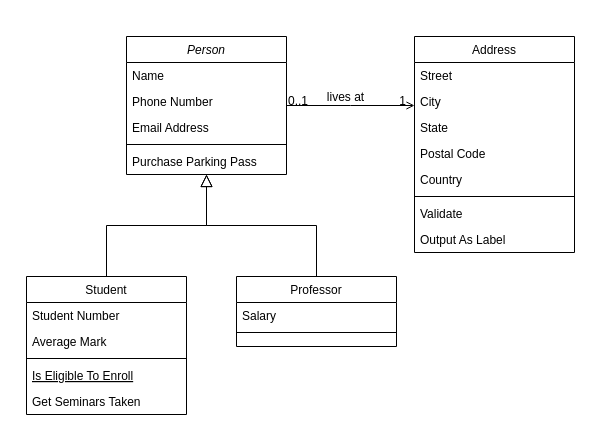
Before: Untitled Diagram.drawio in brockpriest/CS3550, a draw.io diagram. Source tidied: cells renumbered, new cells numbered last; positions are measured from the earlier drawing's top-left corner, leaving out a move shared by most shapes. Both pictures are drawn from the tidied source at 100%, with x=0, y=0 at pixel (26, 36).
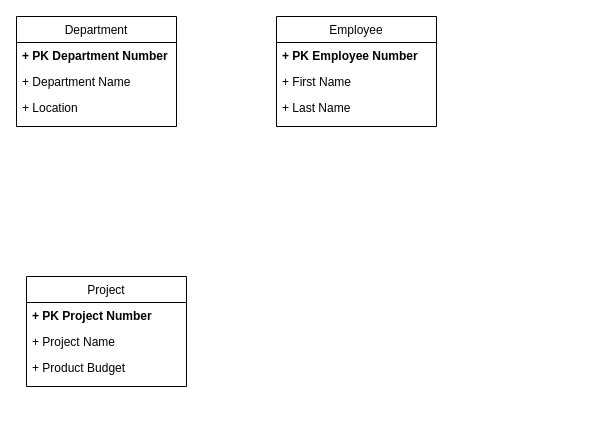
After the change.

Change to the diagram source:
```diff
@@
-    <mxCell id="2" value="Person" style="swimlane;fontStyle=2;align=center;verticalAlign=top;horizontal=1;startSize=26;rounded=0;shadow=0;strokeWidth=1;" parent="1" vertex="1">
-      <mxGeometry x="100" width="160" height="138" as="geometry" />
+    <mxCell id="2" value="Department" style="swimlane;fontStyle=0;align=center;verticalAlign=top;horizontal=1;startSize=26;rounded=0;shadow=0;strokeWidth=1;" parent="1" vertex="1">
+      <mxGeometry x="-10" y="-20" width="160" height="110" as="geometry" />
     </mxCell>
-    <mxCell id="3" value="Name" style="text;align=left;verticalAlign=top;spacingLeft=4;spacingRight=4;overflow=hidden;" parent="2" vertex="1">
+    <mxCell id="3" value="+ PK Department Number" style="text;align=left;verticalAlign=top;spacingLeft=4;spacingRight=4;overflow=hidden;fontStyle=1;" parent="2" vertex="1">
       <mxGeometry y="26" width="160" height="26" as="geometry" />
     </mxCell>
-    <mxCell id="4" value="Phone Number" style="text;align=left;verticalAlign=top;spacingLeft=4;spacingRight=4;overflow=hidden;rounded=0;shadow=0;html=0;" parent="2" vertex="1">
+    <mxCell id="4" value="+ Department Name" style="text;align=left;verticalAlign=top;spacingLeft=4;spacingRight=4;overflow=hidden;rounded=0;shadow=0;html=0;" parent="2" vertex="1">
       <mxGeometry y="52" width="160" height="26" as="geometry" />
     </mxCell>
-    <mxCell id="5" value="Email Address" style="text;align=left;verticalAlign=top;spacingLeft=4;spacingRight=4;overflow=hidden;rounded=0;shadow=0;html=0;" parent="2" vertex="1">
+    <mxCell id="5" value="+ Location" style="text;align=left;verticalAlign=top;spacingLeft=4;spacingRight=4;overflow=hidden;rounded=0;shadow=0;html=0;" parent="2" vertex="1">
       <mxGeometry y="78" width="160" height="26" as="geometry" />
     </mxCell>
-    <mxCell id="6" style="line;html=1;strokeWidth=1;align=left;verticalAlign=middle;spacingTop=-1;spacingLeft=3;spacingRight=3;labelPosition=right;" parent="2" vertex="1">
-      <mxGeometry y="104" width="160" height="8" as="geometry" />
-    </mxCell>
-    <mxCell id="7" value="Purchase Parking Pass" style="text;align=left;verticalAlign=top;spacingLeft=4;spacingRight=4;overflow=hidden;" parent="2" vertex="1">
-      <mxGeometry y="112" width="160" height="26" as="geometry" />
-    </mxCell>
-    <mxCell id="8" value="Student" style="swimlane;fontStyle=0;align=center;verticalAlign=top;horizontal=1;startSize=26;rounded=0;shadow=0;strokeWidth=1;" parent="1" vertex="1">
-      <mxGeometry y="240" width="160" height="138" as="geometry" />
+    <mxCell id="8" value="Project" style="swimlane;fontStyle=0;align=center;verticalAlign=top;horizontal=1;startSize=26;rounded=0;shadow=0;strokeWidth=1;" parent="1" vertex="1">
+      <mxGeometry y="240" width="160" height="110" as="geometry" />
     </mxCell>
-    <mxCell id="9" value="Student Number" style="text;align=left;verticalAlign=top;spacingLeft=4;spacingRight=4;overflow=hidden;" parent="8" vertex="1">
+    <mxCell id="9" value="+ PK Project Number" style="text;align=left;verticalAlign=top;spacingLeft=4;spacingRight=4;overflow=hidden;fontStyle=1;" parent="8" vertex="1">
       <mxGeometry y="26" width="160" height="26" as="geometry" />
     </mxCell>
-    <mxCell id="10" value="Average Mark" style="text;align=left;verticalAlign=top;spacingLeft=4;spacingRight=4;overflow=hidden;rounded=0;shadow=0;html=0;" parent="8" vertex="1">
+    <mxCell id="10" value="+ Project Name" style="text;align=left;verticalAlign=top;spacingLeft=4;spacingRight=4;overflow=hidden;rounded=0;shadow=0;html=0;" parent="8" vertex="1">
       <mxGeometry y="52" width="160" height="26" as="geometry" />
     </mxCell>
-    <mxCell id="11" style="line;html=1;strokeWidth=1;align=left;verticalAlign=middle;spacingTop=-1;spacingLeft=3;spacingRight=3;labelPosition=right;" parent="8" vertex="1">
-      <mxGeometry y="78" width="160" height="8" as="geometry" />
-    </mxCell>
-    <mxCell id="12" value="Is Eligible To Enroll" style="text;align=left;verticalAlign=top;spacingLeft=4;spacingRight=4;overflow=hidden;fontStyle=4;" parent="8" vertex="1">
-      <mxGeometry y="86" width="160" height="26" as="geometry" />
-    </mxCell>
-    <mxCell id="13" value="Get Seminars Taken" style="text;align=left;verticalAlign=top;spacingLeft=4;spacingRight=4;overflow=hidden;" parent="8" vertex="1">
-      <mxGeometry y="112" width="160" height="26" as="geometry" />
+    <mxCell id="13" value="+ Product Budget" style="text;align=left;verticalAlign=top;spacingLeft=4;spacingRight=4;overflow=hidden;" parent="8" vertex="1">
+      <mxGeometry y="78" width="160" height="26" as="geometry" />
     </mxCell>
-    <mxCell id="14" style="endArrow=block;endSize=10;endFill=0;shadow=0;strokeWidth=1;rounded=0;edgeStyle=elbowEdgeStyle;elbow=vertical;" parent="1" edge="1" source="8" target="2">
-      <mxGeometry relative="1" as="geometry" />
-    </mxCell>
-    <mxCell id="15" value="Professor" style="swimlane;fontStyle=0;align=center;verticalAlign=top;horizontal=1;startSize=26;rounded=0;shadow=0;strokeWidth=1;" parent="1" vertex="1">
-      <mxGeometry x="210" y="240" width="160" height="70" as="geometry" />
-    </mxCell>
-    <mxCell id="16" value="Salary" style="text;align=left;verticalAlign=top;spacingLeft=4;spacingRight=4;overflow=hidden;" parent="15" vertex="1">
-      <mxGeometry y="26" width="160" height="26" as="geometry" />
-    </mxCell>
-    <mxCell id="17" style="line;html=1;strokeWidth=1;align=left;verticalAlign=middle;spacingTop=-1;spacingLeft=3;spacingRight=3;labelPosition=right;" parent="15" vertex="1">
-      <mxGeometry y="52" width="160" height="8" as="geometry" />
-    </mxCell>
-    <mxCell id="18" style="endArrow=block;endSize=10;endFill=0;shadow=0;strokeWidth=1;rounded=0;edgeStyle=elbowEdgeStyle;elbow=vertical;" parent="1" edge="1" source="15" target="2">
-      <mxGeometry relative="1" as="geometry" />
-    </mxCell>
-    <mxCell id="19" value="Address" style="swimlane;fontStyle=0;align=center;verticalAlign=top;horizontal=1;startSize=26;rounded=0;shadow=0;strokeWidth=1;" parent="1" vertex="1">
-      <mxGeometry x="388" width="160" height="216" as="geometry" />
+    <mxCell id="19" value="Employee" style="swimlane;fontStyle=0;align=center;verticalAlign=top;horizontal=1;startSize=26;rounded=0;shadow=0;strokeWidth=1;" parent="1" vertex="1">
+      <mxGeometry x="250" y="-20" width="160" height="110" as="geometry" />
     </mxCell>
-    <mxCell id="20" value="Street" style="text;align=left;verticalAlign=top;spacingLeft=4;spacingRight=4;overflow=hidden;" parent="19" vertex="1">
+    <mxCell id="20" value="+ PK Employee Number" style="text;align=left;verticalAlign=top;spacingLeft=4;spacingRight=4;overflow=hidden;fontStyle=1;" parent="19" vertex="1">
       <mxGeometry y="26" width="160" height="26" as="geometry" />
     </mxCell>
-    <mxCell id="21" value="City" style="text;align=left;verticalAlign=top;spacingLeft=4;spacingRight=4;overflow=hidden;rounded=0;shadow=0;html=0;" parent="19" vertex="1">
+    <mxCell id="21" value="+ First Name" style="text;align=left;verticalAlign=top;spacingLeft=4;spacingRight=4;overflow=hidden;rounded=0;shadow=0;html=0;" parent="19" vertex="1">
       <mxGeometry y="52" width="160" height="26" as="geometry" />
     </mxCell>
-    <mxCell id="22" value="State" style="text;align=left;verticalAlign=top;spacingLeft=4;spacingRight=4;overflow=hidden;rounded=0;shadow=0;html=0;" parent="19" vertex="1">
+    <mxCell id="22" value="+ Last Name" style="text;align=left;verticalAlign=top;spacingLeft=4;spacingRight=4;overflow=hidden;rounded=0;shadow=0;html=0;" parent="19" vertex="1">
       <mxGeometry y="78" width="160" height="26" as="geometry" />
     </mxCell>
-    <mxCell id="23" value="Postal Code" style="text;align=left;verticalAlign=top;spacingLeft=4;spacingRight=4;overflow=hidden;rounded=0;shadow=0;html=0;" parent="19" vertex="1">
-      <mxGeometry y="104" width="160" height="26" as="geometry" />
-    </mxCell>
-    <mxCell id="24" value="Country" style="text;align=left;verticalAlign=top;spacingLeft=4;spacingRight=4;overflow=hidden;rounded=0;shadow=0;html=0;" parent="19" vertex="1">
-      <mxGeometry y="130" width="160" height="26" as="geometry" />
-    </mxCell>
-    <mxCell id="25" style="line;html=1;strokeWidth=1;align=left;verticalAlign=middle;spacingTop=-1;spacingLeft=3;spacingRight=3;labelPosition=right;" parent="19" vertex="1">
-      <mxGeometry y="156" width="160" height="8" as="geometry" />
-    </mxCell>
-    <mxCell id="26" value="Validate" style="text;align=left;verticalAlign=top;spacingLeft=4;spacingRight=4;overflow=hidden;" parent="19" vertex="1">
-      <mxGeometry y="164" width="160" height="26" as="geometry" />
-    </mxCell>
-    <mxCell id="27" value="Output As Label" style="text;align=left;verticalAlign=top;spacingLeft=4;spacingRight=4;overflow=hidden;" parent="19" vertex="1">
-      <mxGeometry y="190" width="160" height="26" as="geometry" />
-    </mxCell>
-    <mxCell id="28" style="endArrow=open;shadow=0;strokeWidth=1;rounded=0;endFill=1;edgeStyle=elbowEdgeStyle;elbow=vertical;" parent="1" edge="1" source="2" target="19">
-      <mxGeometry x="0.5" y="41" relative="1" as="geometry">
-        <mxPoint x="-40" y="32" as="offset" />
-      </mxGeometry>
-    </mxCell>
-    <mxCell id="29" value="0..1" style="align=left;verticalAlign=bottom;labelBackgroundColor=none;fontSize=12;" parent="28" vertex="1">
-      <mxGeometry x="-1" relative="1" as="geometry">
-        <mxPoint y="4" as="offset" />
-      </mxGeometry>
-    </mxCell>
-    <mxCell id="30" value="1" style="align=right;verticalAlign=bottom;labelBackgroundColor=none;fontSize=12;" parent="28" vertex="1">
-      <mxGeometry x="1" relative="1" as="geometry">
-        <mxPoint x="-7" y="4" as="offset" />
-      </mxGeometry>
-    </mxCell>
-    <mxCell id="31" value="lives at" style="text;html=1;align=center;verticalAlign=middle;labelBackgroundColor=none;rounded=0;shadow=0;strokeWidth=1;fontSize=12;" parent="28" vertex="1">
-      <mxGeometry x="0.5" y="49" relative="1" as="geometry">
-        <mxPoint x="-38" y="40" as="offset" />
-      </mxGeometry>
-    </mxCell>
```
